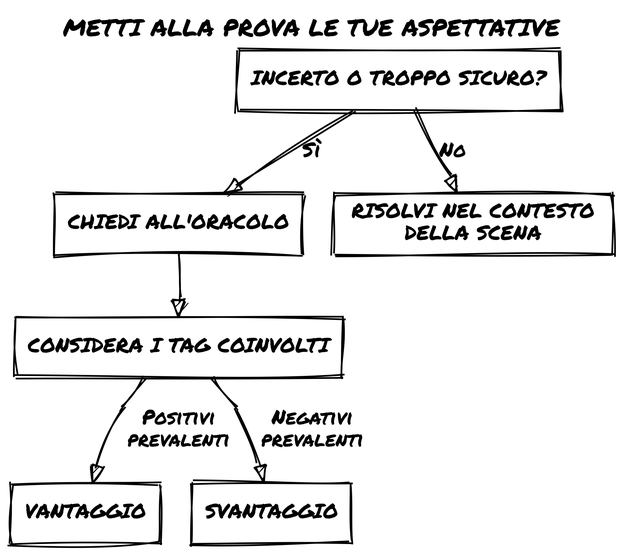
Before: it/diagrammi/testa_aspettative.png, a diagram exported from Graphviz (zeruhur/loner). Its source is kept beside it as it/diagrammi/testa_aspettative.dot. The source it was exported from:
```dot
digraph testa_aspettative {
    label = "METTI ALLA PROVA LE TUE ASPETTATIVE";
    labelloc="t";
    fontname="Permanent Marker";
    node [shape="rect", style = "",
    fontname="Permanent Marker", fontsize=12];
    edge [shape="rect", fontname="Permanent Marker", fontsize=12];


    cs11 [label = "INCERTO O TROPPO SICURO?"];
    cs12 [label = "CHIEDI ALL'ORACOLO"];
    cs13 [label = "RISOLVI NEL CONTESTO \n DELLA SCENA"];
    cs14 [label = "CONSIDERA I TAG COINVOLTI"];
    cs15 [label = "VANTAGGIO"];
    cs16 [label = "SVANTAGGIO"];

    cs11 -> cs12 [label="Sì"];
    cs11 -> cs13 [label="No"];
    cs12 -> cs14;
    cs14 -> cs15 [label = "Positivi \n prevalenti"];
    cs14 -> cs16 [label = "Negativi \n prevalenti"];
}
```
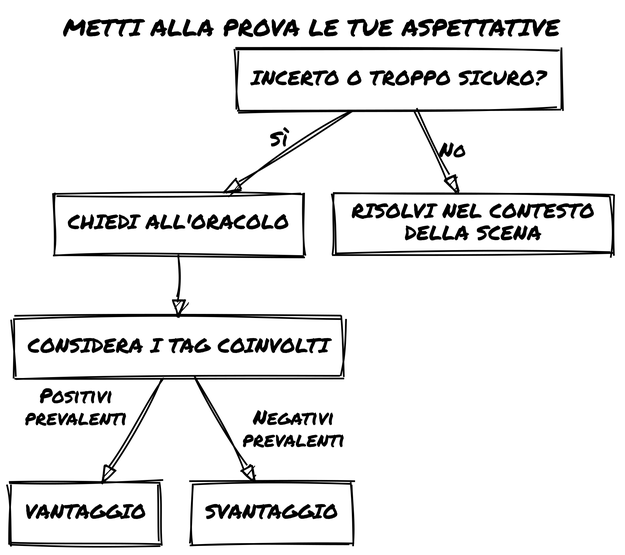
Above is the later version.

The edit, as a diff of the source:
```diff
@@ -14,9 +14,9 @@
     cs15 [label = "VANTAGGIO"];
     cs16 [label = "SVANTAGGIO"];
 
-    cs11 -> cs12 [label="Sì"];
+    cs11 -> cs12 [xlabel="Sì"];
     cs11 -> cs13 [label="No"];
     cs12 -> cs14;
-    cs14 -> cs15 [label = "Positivi \n prevalenti"];
+    cs14 -> cs15 [xlabel = "Positivi \n prevalenti"];
     cs14 -> cs16 [label = "Negativi \n prevalenti"];
 }
```
